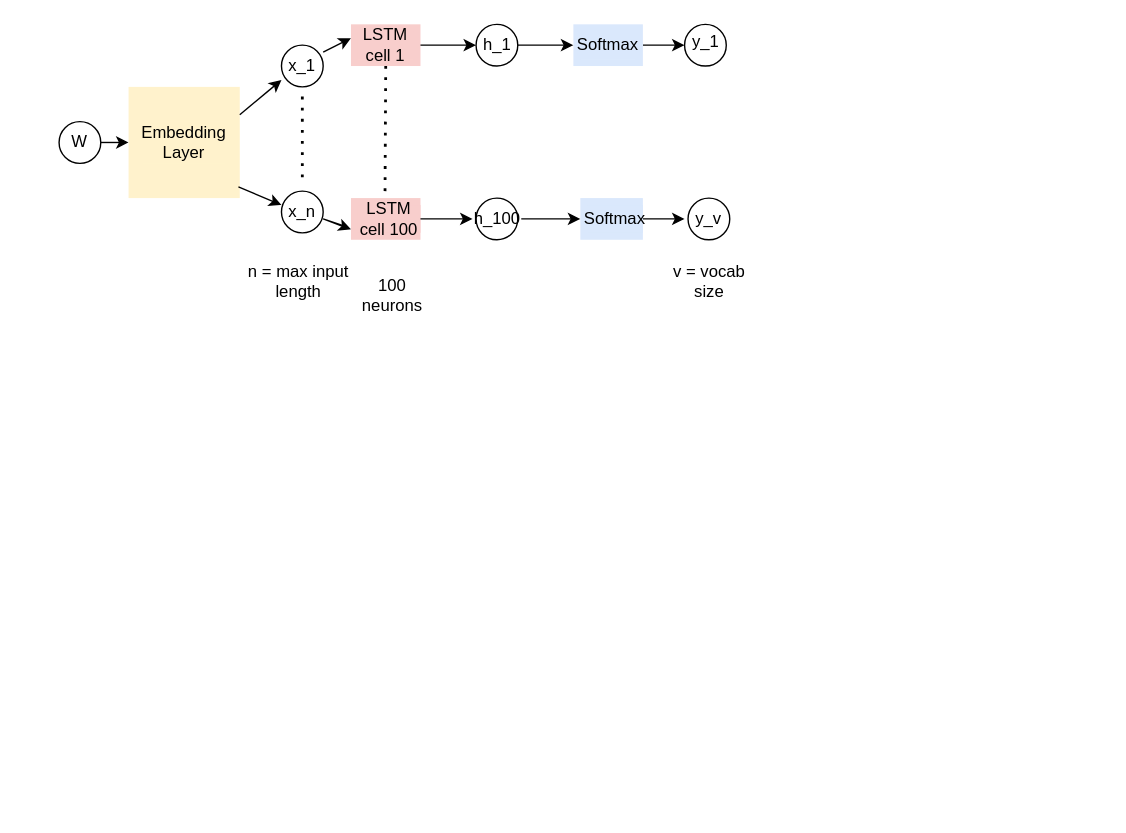
Above: Untitled Diagram.drawio in SuprajaGandhi/System-Design (draw.io), before the change. Source tidied: cells renumbered, new cells numbered last; positions are measured from the earlier drawing's top-left corner, leaving out a move shared by most shapes. Both pictures are drawn from the tidied source at 139%, with x=0, y=0 at pixel (38, 24).
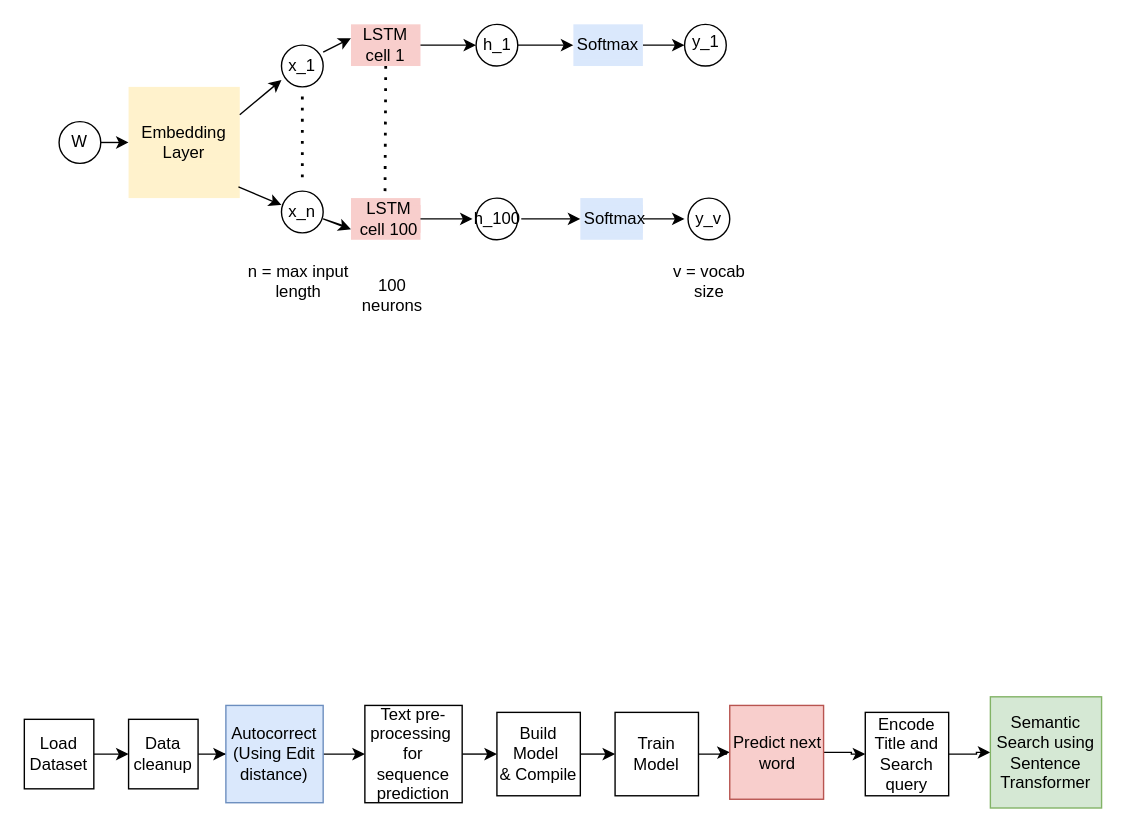
The same page after the edit.

Change to the diagram source:
```diff
@@
+    <mxCell id="43" style="edgeStyle=orthogonalEdgeStyle;rounded=0;jettySize=auto;html=1;entryX=0;entryY=0.5;entryDx=0;entryDy=0;" parent="1" edge="1" source="44" target="46">
+      <mxGeometry relative="1" as="geometry" />
+    </mxCell>
+    <mxCell id="44" value="Load Dataset" style="whiteSpace=wrap;html=1;" parent="1" vertex="1">
+      <mxGeometry x="-10" y="500" width="50" height="50" as="geometry" />
+    </mxCell>
+    <mxCell id="45" style="edgeStyle=orthogonalEdgeStyle;rounded=0;jettySize=auto;html=1;" parent="1" edge="1" source="46" target="48">
+      <mxGeometry relative="1" as="geometry" />
+    </mxCell>
+    <mxCell id="46" value="Data cleanup" style="whiteSpace=wrap;html=1;" parent="1" vertex="1">
+      <mxGeometry x="65" y="500" width="50" height="50" as="geometry" />
+    </mxCell>
+    <mxCell id="47" style="edgeStyle=orthogonalEdgeStyle;rounded=0;jettySize=auto;html=1;" parent="1" edge="1" source="48" target="50">
+      <mxGeometry relative="1" as="geometry" />
+    </mxCell>
+    <mxCell id="48" value="Autocorrect&lt;div&gt;(Using Edit distance)&lt;/div&gt;" style="whiteSpace=wrap;html=1;fillColor=#dae8fc;strokeColor=#6c8ebf;" parent="1" vertex="1">
+      <mxGeometry x="135" y="490" width="70" height="70" as="geometry" />
+    </mxCell>
+    <mxCell id="49" style="edgeStyle=orthogonalEdgeStyle;rounded=0;jettySize=auto;html=1;exitX=1;exitY=0.5;exitDx=0;exitDy=0;entryX=0;entryY=0.5;entryDx=0;entryDy=0;" parent="1" edge="1" source="50" target="52">
+      <mxGeometry relative="1" as="geometry" />
+    </mxCell>
+    <mxCell id="50" value="Text pre-processing&amp;nbsp;&lt;div&gt;for sequence prediction&lt;/div&gt;" style="whiteSpace=wrap;html=1;" parent="1" vertex="1">
+      <mxGeometry x="235" y="490" width="70" height="70" as="geometry" />
+    </mxCell>
+    <mxCell id="51" style="edgeStyle=orthogonalEdgeStyle;rounded=0;jettySize=auto;html=1;exitX=1;exitY=0.5;exitDx=0;exitDy=0;entryX=0;entryY=0.5;entryDx=0;entryDy=0;" parent="1" edge="1" source="52" target="54">
+      <mxGeometry relative="1" as="geometry" />
+    </mxCell>
+    <mxCell id="52" value="Build Model&amp;nbsp;&lt;div&gt;&amp;amp; Compile&lt;/div&gt;" style="whiteSpace=wrap;html=1;" parent="1" vertex="1">
+      <mxGeometry x="330" y="495" width="60" height="60" as="geometry" />
+    </mxCell>
+    <mxCell id="53" style="edgeStyle=orthogonalEdgeStyle;rounded=0;jettySize=auto;html=1;entryX=0;entryY=0.5;entryDx=0;entryDy=0;" parent="1" edge="1" source="54" target="56">
+      <mxGeometry relative="1" as="geometry" />
+    </mxCell>
+    <mxCell id="54" value="Train Model" style="whiteSpace=wrap;html=1;" parent="1" vertex="1">
+      <mxGeometry x="415" y="495" width="60" height="60" as="geometry" />
+    </mxCell>
+    <mxCell id="55" style="edgeStyle=orthogonalEdgeStyle;rounded=0;jettySize=auto;html=1;entryX=0;entryY=0.5;entryDx=0;entryDy=0;" parent="1" edge="1" source="56" target="58">
+      <mxGeometry relative="1" as="geometry" />
+    </mxCell>
+    <mxCell id="56" value="Predict next word" style="whiteSpace=wrap;html=1;fillColor=#f8cecc;strokeColor=#b85450;" parent="1" vertex="1">
+      <mxGeometry x="497.5" y="490" width="67.5" height="67.5" as="geometry" />
+    </mxCell>
+    <mxCell id="57" style="edgeStyle=orthogonalEdgeStyle;rounded=0;jettySize=auto;html=1;entryX=0;entryY=0.5;entryDx=0;entryDy=0;" parent="1" edge="1" source="58" target="59">
+      <mxGeometry relative="1" as="geometry" />
+    </mxCell>
+    <mxCell id="58" value="Encode Title and Search query" style="whiteSpace=wrap;html=1;" parent="1" vertex="1">
+      <mxGeometry x="595" y="495" width="60" height="60" as="geometry" />
+    </mxCell>
+    <mxCell id="59" value="Semantic Search using Sentence Transformer" style="whiteSpace=wrap;html=1;fillColor=#d5e8d4;strokeColor=#82b366;" parent="1" vertex="1">
+      <mxGeometry x="685" y="483.8" width="80" height="80" as="geometry" />
+    </mxCell>
```
